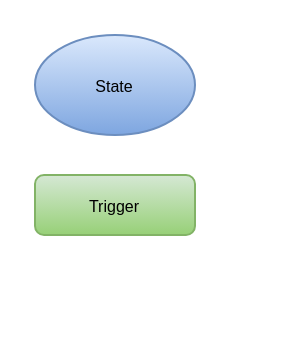
Earlier version of the draw.io diagram page "Legend" (1 of 2) of flowcharts/hd44780u_screen.drawio (samdonnelly/STM32F4-driver-library). Source tidied: cells renumbered, new cells numbered last; positions are measured from the earlier drawing's top-left corner, leaving out a move shared by most shapes. Both pictures are drawn from the tidied source at 200%, with x=0, y=0 at pixel (34, 34).
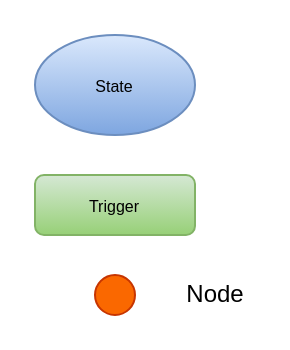
The same page after the edit.

What changed in the source:
```diff
@@
 <mxGraphModel>
   <root>
     <mxCell id="0" />
     <mxCell id="1" parent="0" />
     <mxCell id="2" value="&lt;font color=&quot;#000000&quot; style=&quot;font-size: 8px&quot;&gt;Trigger&lt;/font&gt;" style="rounded=1;whiteSpace=wrap;html=1;fillColor=#d5e8d4;strokeColor=#82b366;gradientColor=#97d077;" parent="1" vertex="1">
       <mxGeometry y="70" width="80" height="30" as="geometry" />
     </mxCell>
     <mxCell id="3" value="&lt;font color=&quot;#000000&quot; style=&quot;font-size: 8px&quot;&gt;State&lt;/font&gt;" style="ellipse;whiteSpace=wrap;html=1;fillColor=#dae8fc;strokeColor=#6c8ebf;gradientColor=#7ea6e0;" parent="1" vertex="1">
       <mxGeometry width="80" height="50" as="geometry" />
     </mxCell>
+    <mxCell id="4" style="ellipse;whiteSpace=wrap;html=1;fillColor=#fa6800;strokeColor=#C73500;fontColor=#ffffff;" parent="1" vertex="1">
+      <mxGeometry x="30" y="120" width="20" height="20" as="geometry" />
+    </mxCell>
+    <mxCell id="5" value="Node" style="text;html=1;align=center;verticalAlign=middle;fillColor=none;strokeColor=none;rounded=0;" parent="1" vertex="1">
+      <mxGeometry x="70" y="120" width="40" height="20" as="geometry" />
+    </mxCell>
   </root>
 </mxGraphModel>
```
